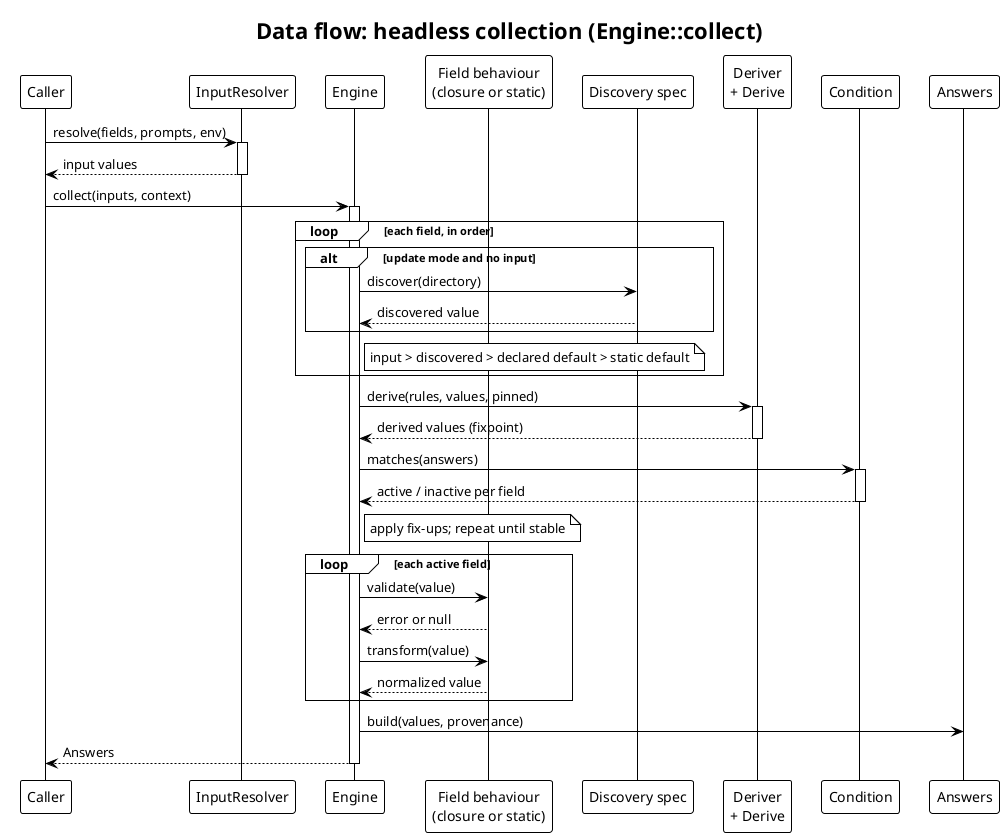
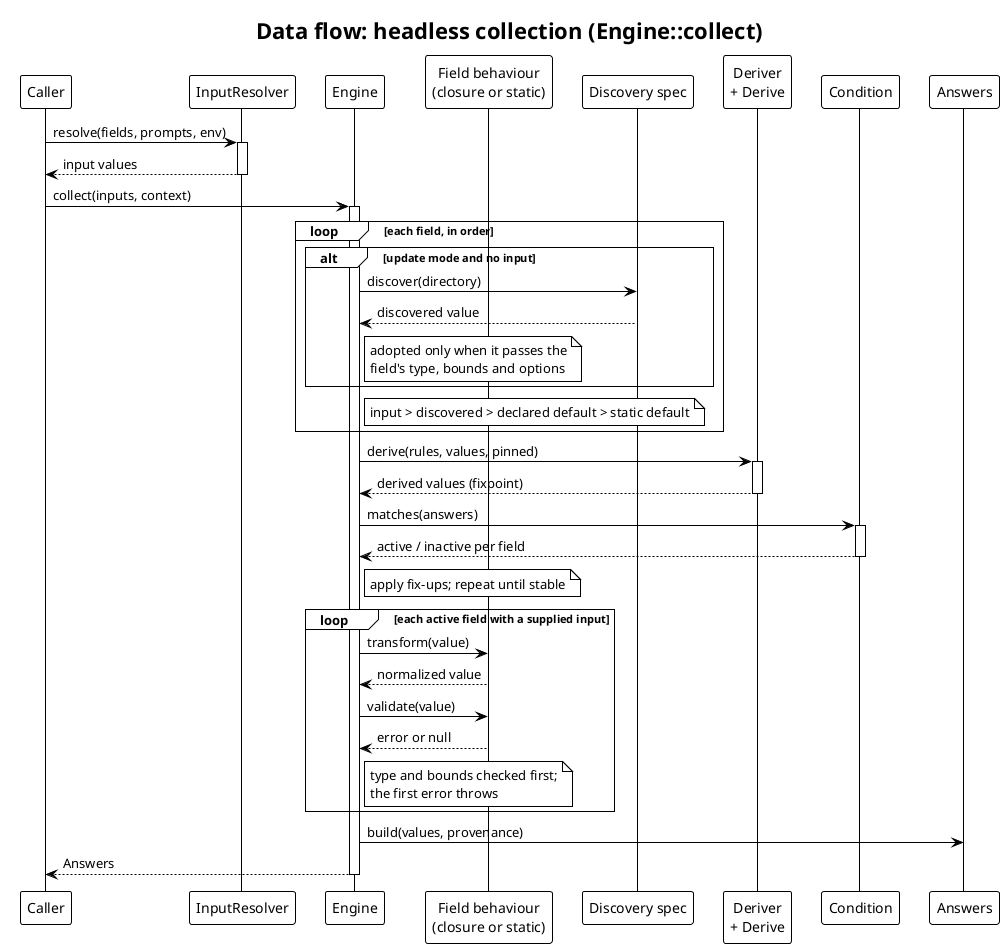
@startuml
' drevops/tui - data flow for headless collection.
- ' Traced from src/Engine/Engine.php (collect -> resolveInitial -> stabilize -> validate/transform).
+ ' Traced from src/Engine/Engine.php (collect -> resolveAll -> stabilize -> guardInputs).
' Regenerate every SVG with:  plantuml -tsvg docs/architecture/*.puml
!theme plain
skinparam backgroundColor white
skinparam defaultFontName Helvetica
skinparam shadowing false
title Data flow: headless collection (Engine::collect)

participant "Caller" as Caller
participant "InputResolver" as IR
participant "Engine" as Eng
participant "Field behaviour\n(closure or static)" as B
participant "Discovery spec" as Disc
participant "Deriver\n+ Derive" as Der
participant "Condition" as CE
participant "Answers" as Ans

Caller -> IR: resolve(fields, prompts, env)
activate IR
IR --> Caller: input values
deactivate IR

Caller -> Eng: collect(inputs, context)
activate Eng

loop each field, in order
  alt update mode and no input
    Eng -> Disc: discover(directory)
    Disc --> Eng: discovered value
+     note right of Eng: adopted only when it passes the\nfield's type, bounds and options
  end
  note right of Eng: input > discovered > declared default > static default
end

Eng -> Der: derive(rules, values, pinned)
activate Der
Der --> Eng: derived values (fixpoint)
deactivate Der
Eng -> CE: matches(answers)
activate CE
CE --> Eng: active / inactive per field
deactivate CE
note right of Eng: apply fix-ups; repeat until stable

- loop each active field
+ loop each active field with a supplied input
+   Eng -> B: transform(value)
+   B --> Eng: normalized value
  Eng -> B: validate(value)
  B --> Eng: error or null
-   Eng -> B: transform(value)
-   B --> Eng: normalized value
+   note right of Eng: type and bounds checked first;\nthe first error throws
end

Eng -> Ans: build(values, provenance)
Eng --> Caller: Answers
deactivate Eng
@enduml
